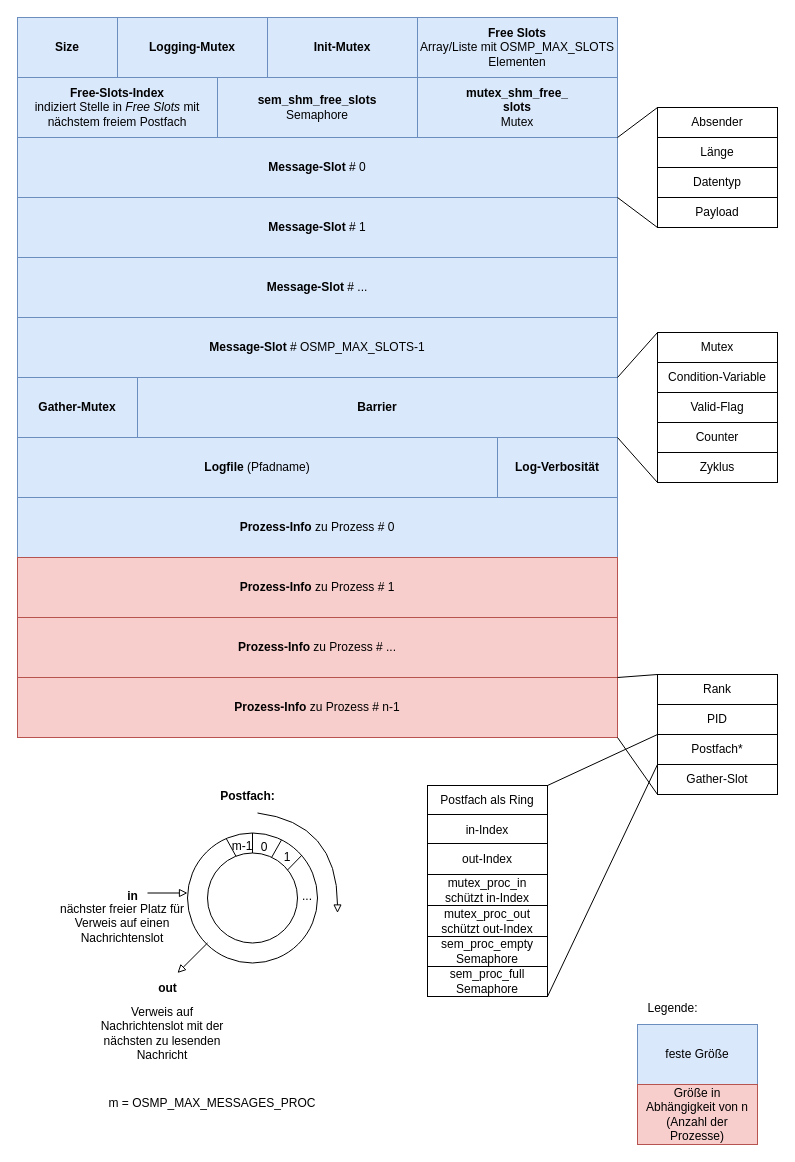
This is docs/Struktur_Shared_Memory.drawio from Thomas12141/Betriebssysteme_Praktikum, a draw.io file, before an edit. Source tidied: cells renumbered, new cells numbered last; positions are measured from the earlier drawing's top-left corner, leaving out a move shared by most shapes. Both pictures are drawn from the tidied source at 100%, with x=0, y=0 at pixel (17, 17).
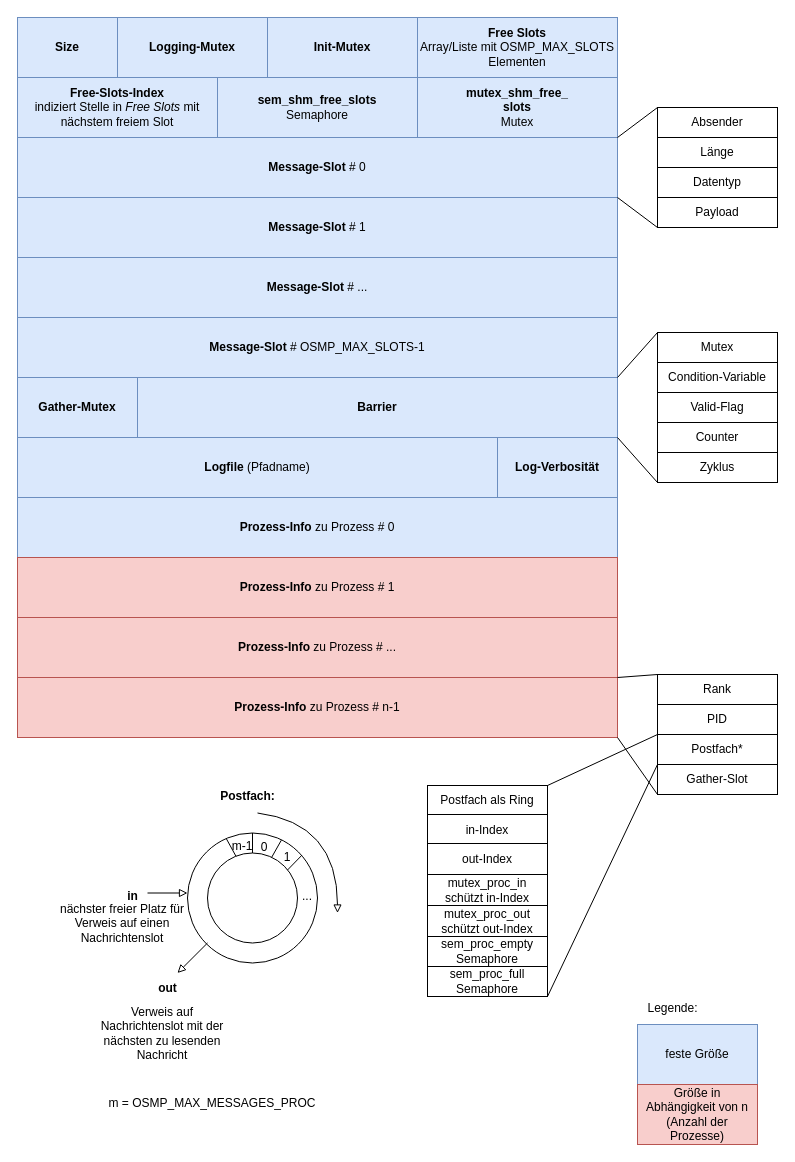
After the change.

The edit, as a diff of the source:
```diff
@@
-    <mxCell id="69" value="&lt;div&gt;&lt;b&gt;Free-Slots-Index&lt;/b&gt;&lt;/div&gt;&lt;div&gt;indiziert Stelle in &lt;i&gt;Free Slots &lt;/i&gt;mit nächstem freiem Postfach&lt;br&gt;&lt;/div&gt;" style="rounded=0;whiteSpace=wrap;html=1;fillColor=#dae8fc;strokeColor=#6c8ebf;" parent="1" vertex="1">
+    <mxCell id="69" value="&lt;div&gt;&lt;b&gt;Free-Slots-Index&lt;/b&gt;&lt;/div&gt;&lt;div&gt;indiziert Stelle in &lt;i&gt;Free Slots &lt;/i&gt;mit nächstem freiem Slot&lt;br&gt;&lt;/div&gt;" style="rounded=0;whiteSpace=wrap;html=1;fillColor=#dae8fc;strokeColor=#6c8ebf;" parent="1" vertex="1">
       <mxGeometry y="60" width="200" height="60" as="geometry" />
     </mxCell>
```
